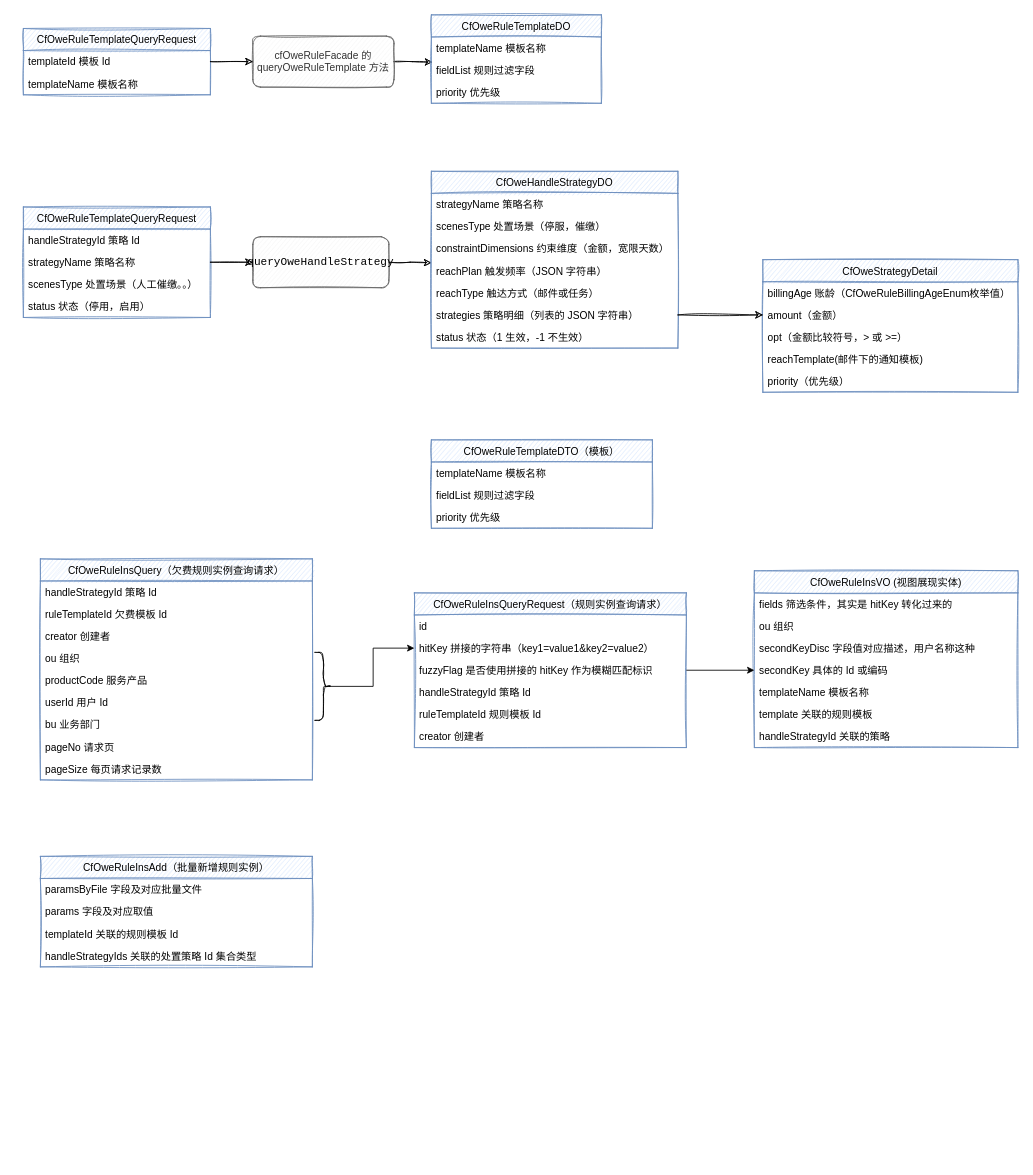
Before: page "OweRuleFacade" (3 of 3) of Untitled Diagram.drawio in Lichit-bot/hello-computer, a draw.io diagram. Source tidied: cells renumbered, new cells numbered last; positions are measured from the earlier drawing's top-left corner, leaving out a move shared by most shapes. Both pictures are drawn from the tidied source at 85%, with x=0, y=0 at pixel (23, 14).
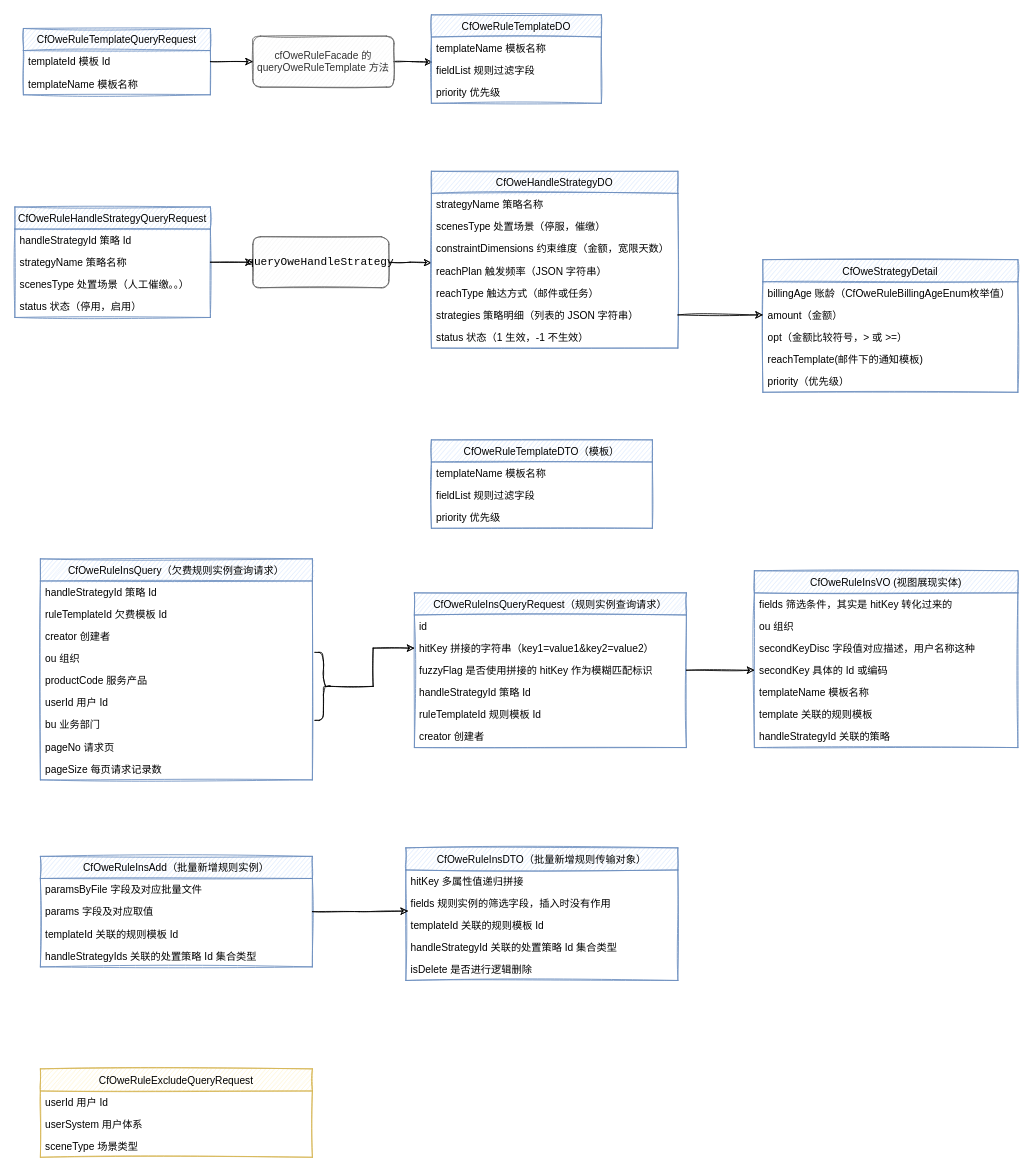
Above is the later version.

Unchanged cells that the change refers to:
```xml
<mxCell id="41" value="hitKey 拼接的字符串（key1=value1&amp;key2=value2）" style="text;strokeColor=none;fillColor=none;align=left;verticalAlign=top;spacingLeft=4;spacingRight=4;overflow=hidden;points=[[0,0.5],[1,0.5]];portConstraint=eastwest;" parent="39" vertex="1">
  <mxGeometry y="52" width="320" height="26" as="geometry" />
</mxCell>
<mxCell id="42" value="fuzzyFlag 是否使用拼接的 hitKey 作为模糊匹配标识" style="text;strokeColor=none;fillColor=none;align=left;verticalAlign=top;spacingLeft=4;spacingRight=4;overflow=hidden;points=[[0,0.5],[1,0.5]];portConstraint=eastwest;" parent="39" vertex="1">
  <mxGeometry y="78" width="320" height="26" as="geometry" />
</mxCell>
<mxCell id="57" style="shape=curlyBracket;whiteSpace=wrap;html=1;rounded=1;flipH=1;sketch=1;" parent="1" vertex="1">
  <mxGeometry x="343" y="750" width="20" height="80" as="geometry" />
</mxCell>
<mxCell id="62" value="secondKey 具体的 Id 或编码" style="text;strokeColor=none;fillColor=none;align=left;verticalAlign=top;spacingLeft=4;spacingRight=4;overflow=hidden;points=[[0,0.5],[1,0.5]];portConstraint=eastwest;" parent="58" vertex="1">
  <mxGeometry y="104" width="310" height="26" as="geometry" />
</mxCell>
<mxCell id="69" value="params 字段及对应取值" style="text;strokeColor=none;fillColor=none;align=left;verticalAlign=top;spacingLeft=4;spacingRight=4;overflow=hidden;points=[[0,0.5],[1,0.5]];portConstraint=eastwest;" parent="67" vertex="1">
  <mxGeometry y="52" width="320" height="26" as="geometry" />
</mxCell>
```

Diff of the diagram source:
```diff
@@
-    <mxCell id="11" value="CfOweRuleTemplateQueryRequest" style="swimlane;fontStyle=0;horizontal=1;startSize=26;fillColor=#dae8fc;strokeColor=#6c8ebf;sketch=1;" parent="1" vertex="1">
-      <mxGeometry y="226" width="220" height="130" as="geometry" />
+    <mxCell id="11" value="CfOweRuleHandleStrategyQueryRequest" style="swimlane;fontStyle=0;horizontal=1;startSize=26;fillColor=#dae8fc;strokeColor=#6c8ebf;sketch=1;" parent="1" vertex="1">
+      <mxGeometry x="-10" y="226" width="230" height="130" as="geometry" />
     </mxCell>
     <mxCell id="12" value="handleStrategyId 策略 Id" style="text;strokeColor=none;fillColor=none;align=left;verticalAlign=top;spacingLeft=4;spacingRight=4;overflow=hidden;" parent="11" vertex="1">
-      <mxGeometry y="26" width="220" height="26" as="geometry" />
+      <mxGeometry y="26" width="230" height="26" as="geometry" />
     </mxCell>
     <mxCell id="13" value="strategyName 策略名称" style="text;strokeColor=none;fillColor=none;align=left;verticalAlign=top;spacingLeft=4;spacingRight=4;overflow=hidden;points=[[0,0.5],[1,0.5]];portConstraint=eastwest;" parent="11" vertex="1">
-      <mxGeometry y="52" width="220" height="26" as="geometry" />
+      <mxGeometry y="52" width="230" height="26" as="geometry" />
     </mxCell>
     <mxCell id="14" value="scenesType 处置场景（人工催缴。。）" style="text;strokeColor=none;fillColor=none;align=left;verticalAlign=top;spacingLeft=4;spacingRight=4;overflow=hidden;" parent="11" vertex="1">
-      <mxGeometry y="78" width="220" height="26" as="geometry" />
+      <mxGeometry y="78" width="230" height="26" as="geometry" />
     </mxCell>
     <mxCell id="15" value="status 状态（停用，启用）" style="text;strokeColor=none;fillColor=none;align=left;verticalAlign=top;spacingLeft=4;spacingRight=4;overflow=hidden;" parent="11" vertex="1">
-      <mxGeometry y="104" width="220" height="26" as="geometry" />
+      <mxGeometry y="104" width="230" height="26" as="geometry" />
     </mxCell>
@@
-    <mxCell id="56" style="edgeStyle=orthogonalEdgeStyle;rounded=0;jettySize=auto;html=1;exitX=0.1;exitY=0.5;exitDx=0;exitDy=0;exitPerimeter=0;entryX=0;entryY=0.5;entryDx=0;entryDy=0;" parent="1" edge="1" source="57" target="41">
+    <mxCell id="56" style="edgeStyle=orthogonalEdgeStyle;rounded=0;jettySize=auto;html=1;exitX=0.1;exitY=0.5;exitDx=0;exitDy=0;exitPerimeter=0;entryX=0;entryY=0.5;entryDx=0;entryDy=0;sketch=1;" parent="1" edge="1" source="57" target="41">
       <mxGeometry relative="1" as="geometry" />
     </mxCell>
@@
-    <mxCell id="66" style="edgeStyle=orthogonalEdgeStyle;rounded=0;jettySize=auto;html=1;exitX=1;exitY=0.5;exitDx=0;exitDy=0;" parent="1" edge="1" source="42" target="62">
+    <mxCell id="66" style="edgeStyle=orthogonalEdgeStyle;rounded=0;jettySize=auto;html=1;exitX=1;exitY=0.5;exitDx=0;exitDy=0;sketch=1;" parent="1" edge="1" source="42" target="62">
       <mxGeometry relative="1" as="geometry" />
     </mxCell>
@@
+    <mxCell id="72" value="CfOweRuleInsDTO（批量新增规则传输对象）" style="swimlane;fontStyle=0;horizontal=1;startSize=26;sketch=1;fillColor=#dae8fc;strokeColor=#6c8ebf;" parent="1" vertex="1">
+      <mxGeometry x="450" y="980" width="320" height="156" as="geometry" />
+    </mxCell>
+    <mxCell id="73" value="hitKey 多属性值递归拼接" style="text;strokeColor=none;fillColor=none;align=left;verticalAlign=top;spacingLeft=4;spacingRight=4;overflow=hidden;" parent="72" vertex="1">
+      <mxGeometry y="26" width="320" height="26" as="geometry" />
+    </mxCell>
+    <mxCell id="74" value="fields 规则实例的筛选字段，插入时没有作用" style="text;strokeColor=none;fillColor=none;align=left;verticalAlign=top;spacingLeft=4;spacingRight=4;overflow=hidden;" parent="72" vertex="1">
+      <mxGeometry y="52" width="320" height="26" as="geometry" />
+    </mxCell>
+    <mxCell id="75" value="templateId 关联的规则模板 Id" style="text;strokeColor=none;fillColor=none;align=left;verticalAlign=top;spacingLeft=4;spacingRight=4;overflow=hidden;points=[[0,0.5],[1,0.5]];portConstraint=eastwest;" parent="72" vertex="1">
+      <mxGeometry y="78" width="320" height="26" as="geometry" />
+    </mxCell>
+    <mxCell id="76" value="handleStrategyId 关联的处置策略 Id 集合类型" style="text;strokeColor=none;fillColor=none;align=left;verticalAlign=top;spacingLeft=4;spacingRight=4;overflow=hidden;" parent="72" vertex="1">
+      <mxGeometry y="104" width="320" height="26" as="geometry" />
+    </mxCell>
+    <mxCell id="77" value="isDelete 是否进行逻辑删除" style="text;strokeColor=none;fillColor=none;align=left;verticalAlign=top;spacingLeft=4;spacingRight=4;overflow=hidden;" parent="72" vertex="1">
+      <mxGeometry y="130" width="320" height="26" as="geometry" />
+    </mxCell>
+    <mxCell id="78" style="edgeStyle=orthogonalEdgeStyle;rounded=0;jettySize=auto;html=1;exitX=1;exitY=0.5;exitDx=0;exitDy=0;entryX=0.008;entryY=-0.141;entryDx=0;entryDy=0;entryPerimeter=0;sketch=1;" parent="1" edge="1" source="69" target="75">
+      <mxGeometry relative="1" as="geometry" />
+    </mxCell>
+    <mxCell id="79" value="CfOweRuleExcludeQueryRequest " style="swimlane;fontStyle=0;horizontal=1;startSize=26;sketch=1;fillColor=#fff2cc;strokeColor=#d6b656;" parent="1" vertex="1">
+      <mxGeometry x="20" y="1240" width="320" height="104" as="geometry" />
+    </mxCell>
+    <mxCell id="80" value="userId 用户 Id" style="text;strokeColor=none;fillColor=none;align=left;verticalAlign=top;spacingLeft=4;spacingRight=4;overflow=hidden;" parent="79" vertex="1">
+      <mxGeometry y="26" width="320" height="26" as="geometry" />
+    </mxCell>
+    <mxCell id="81" value="userSystem 用户体系" style="text;strokeColor=none;fillColor=none;align=left;verticalAlign=top;spacingLeft=4;spacingRight=4;overflow=hidden;" parent="79" vertex="1">
+      <mxGeometry y="52" width="320" height="26" as="geometry" />
+    </mxCell>
+    <mxCell id="82" value="sceneType 场景类型" style="text;strokeColor=none;fillColor=none;align=left;verticalAlign=top;spacingLeft=4;spacingRight=4;overflow=hidden;" parent="79" vertex="1">
+      <mxGeometry y="78" width="320" height="26" as="geometry" />
+    </mxCell>
```
